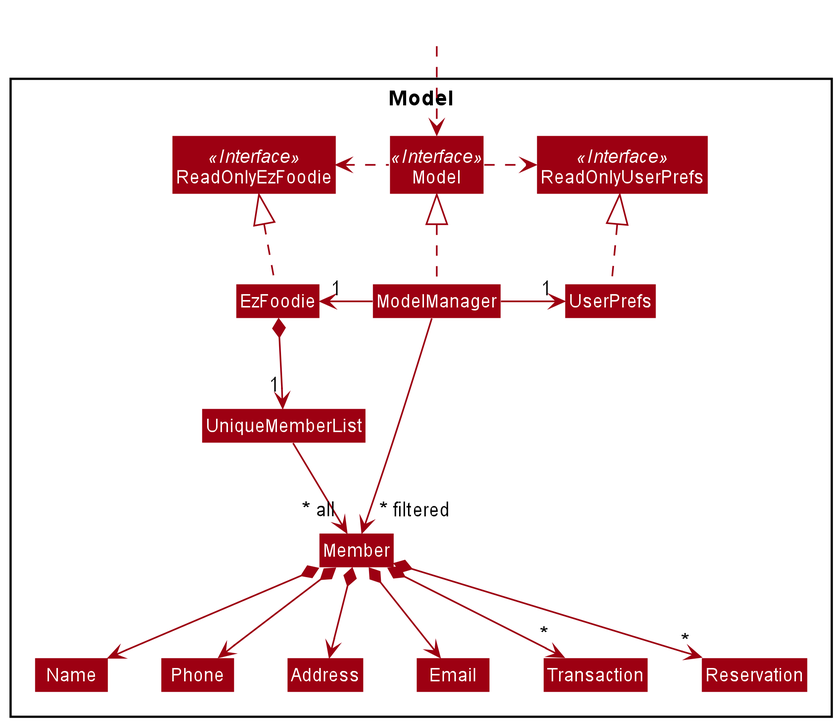
This is docs/images/ModelClassDiagram.png from zzybluebell/tp, a PlantUML export, as it was before one commit.
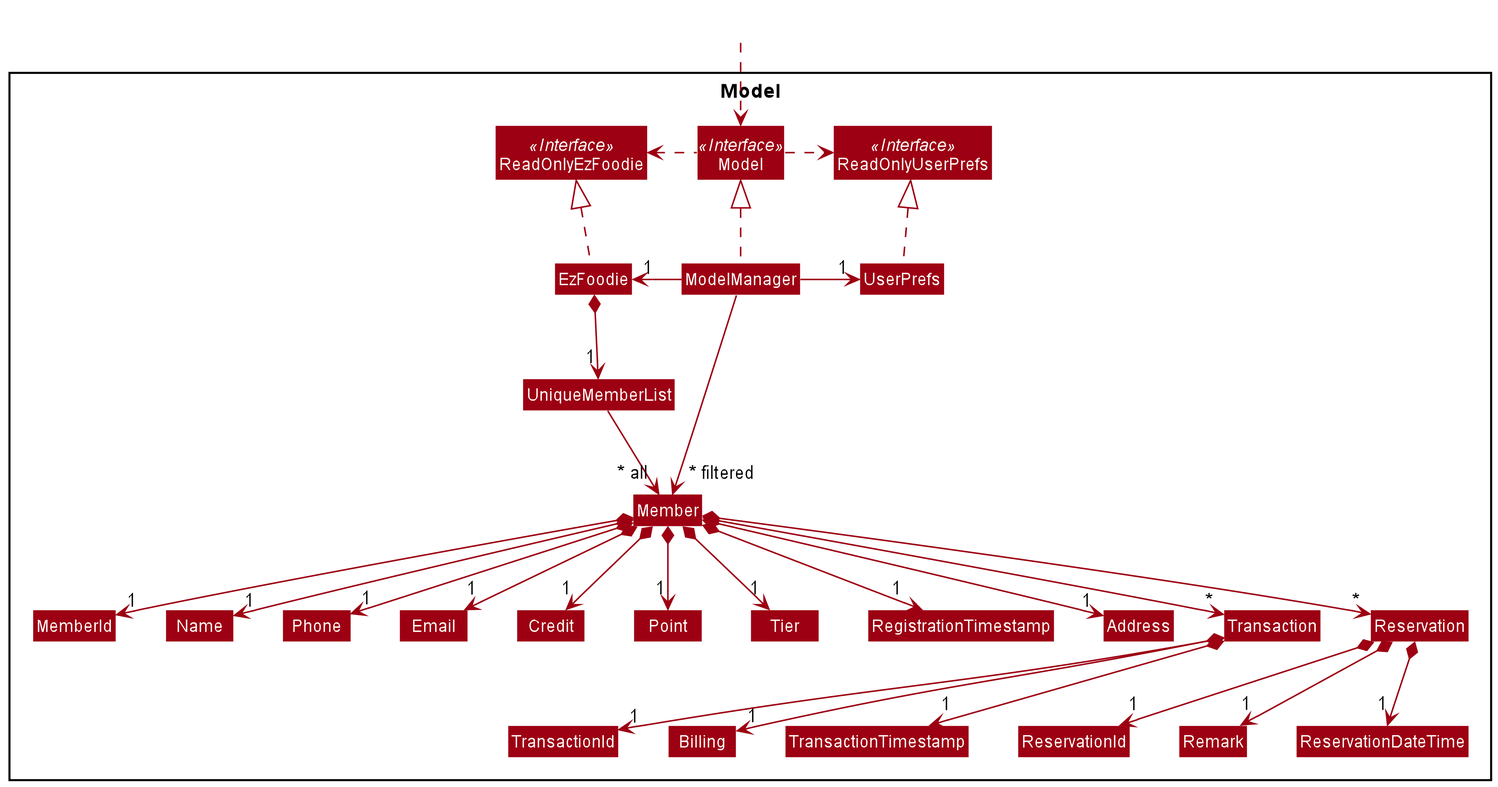
After the commit.

What changed in the source:
```diff
@@ -15,15 +15,27 @@
 Class UserPrefs
 Class ReadOnlyUserPrefs
 
-
 Class UniqueMemberList
 Class Member
+Class MemberId
 Class Address
 Class Email
 Class Name
 Class Phone
+Class Credit
+Class Point
+Class RegistrationTimestamp
+Class Tier
 Class Transaction
 Class Reservation
+
+Class TransactionId
+Class Billing
+Class TransactionTimestamp
+
+Class ReservationId
+Class Remark
+Class ReservationDateTime
 
 }
 
@@ -41,16 +53,35 @@
 
 EzFoodie *--> "1" UniqueMemberList
 UniqueMemberList --> "~* all" Member
-Member *--> Name
-Member *--> Phone
-Member *--> Email
-Member *--> Address
+Member *--> "1" MemberId
+Member *--> "1" Name
+Member *--> "1" Phone
+Member *--> "1" Email
+Member *--> "1" Credit
+Member *--> "1" Point
+Member *--> "1" Tier
+Member *--> "1" RegistrationTimestamp
+Member *--> "1" Address
 Member *--> "*" Transaction
 Member *--> "*" Reservation
 
+Transaction *--> "1" TransactionId
+Transaction *--> "1" Billing
+Transaction *--> "1" TransactionTimestamp
+
+Reservation *--> "1" ReservationId
+Reservation *--> "1" Remark
+Reservation *--> "1" ReservationDateTime
+
+MemberId -[hidden]right-> Name
 Name -[hidden]right-> Phone
-Phone -[hidden]right-> Address
-Address -[hidden]right-> Email
+Phone -[hidden]right-> Email
+Email -[hidden]right-> Credit
+Credit -[hidden]right-> Point
+Point -[hidden]right-> Tier
+Tier -[hidden]right-> RegistrationTimestamp
+Address -[hidden]right-> Transaction
+Transaction -[hidden]right-> Reservation
 
 ModelManager -->"~* filtered" Member
 @enduml
```
